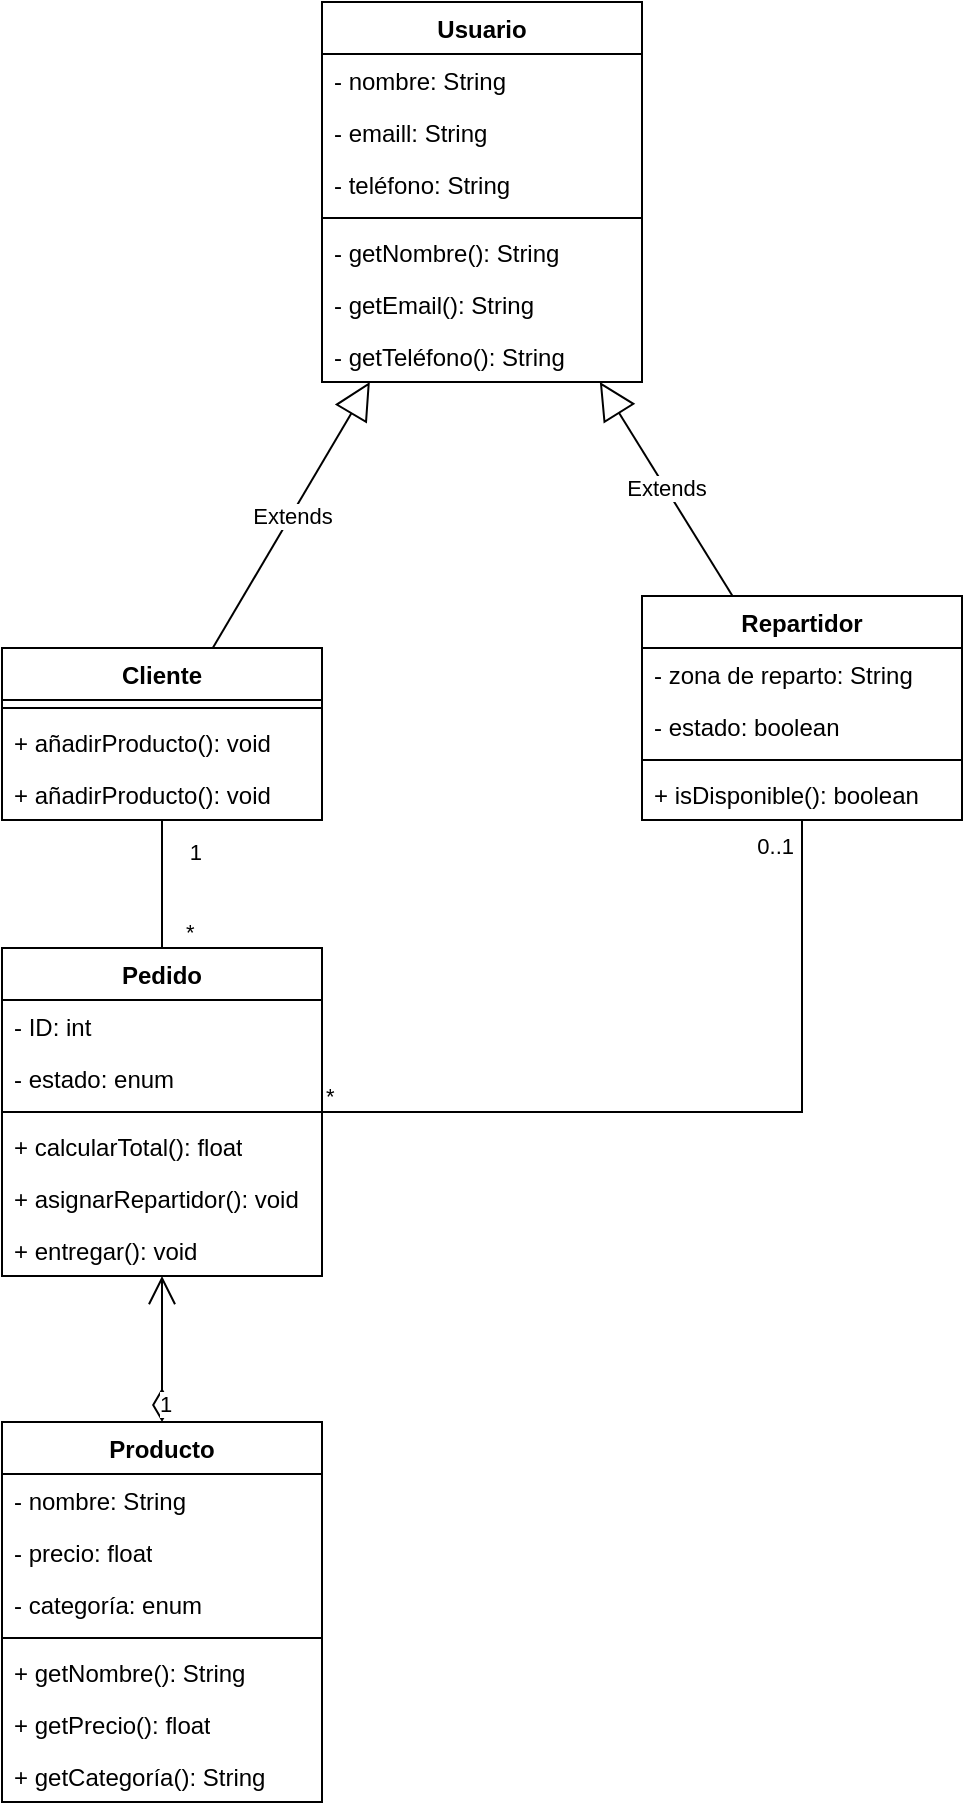
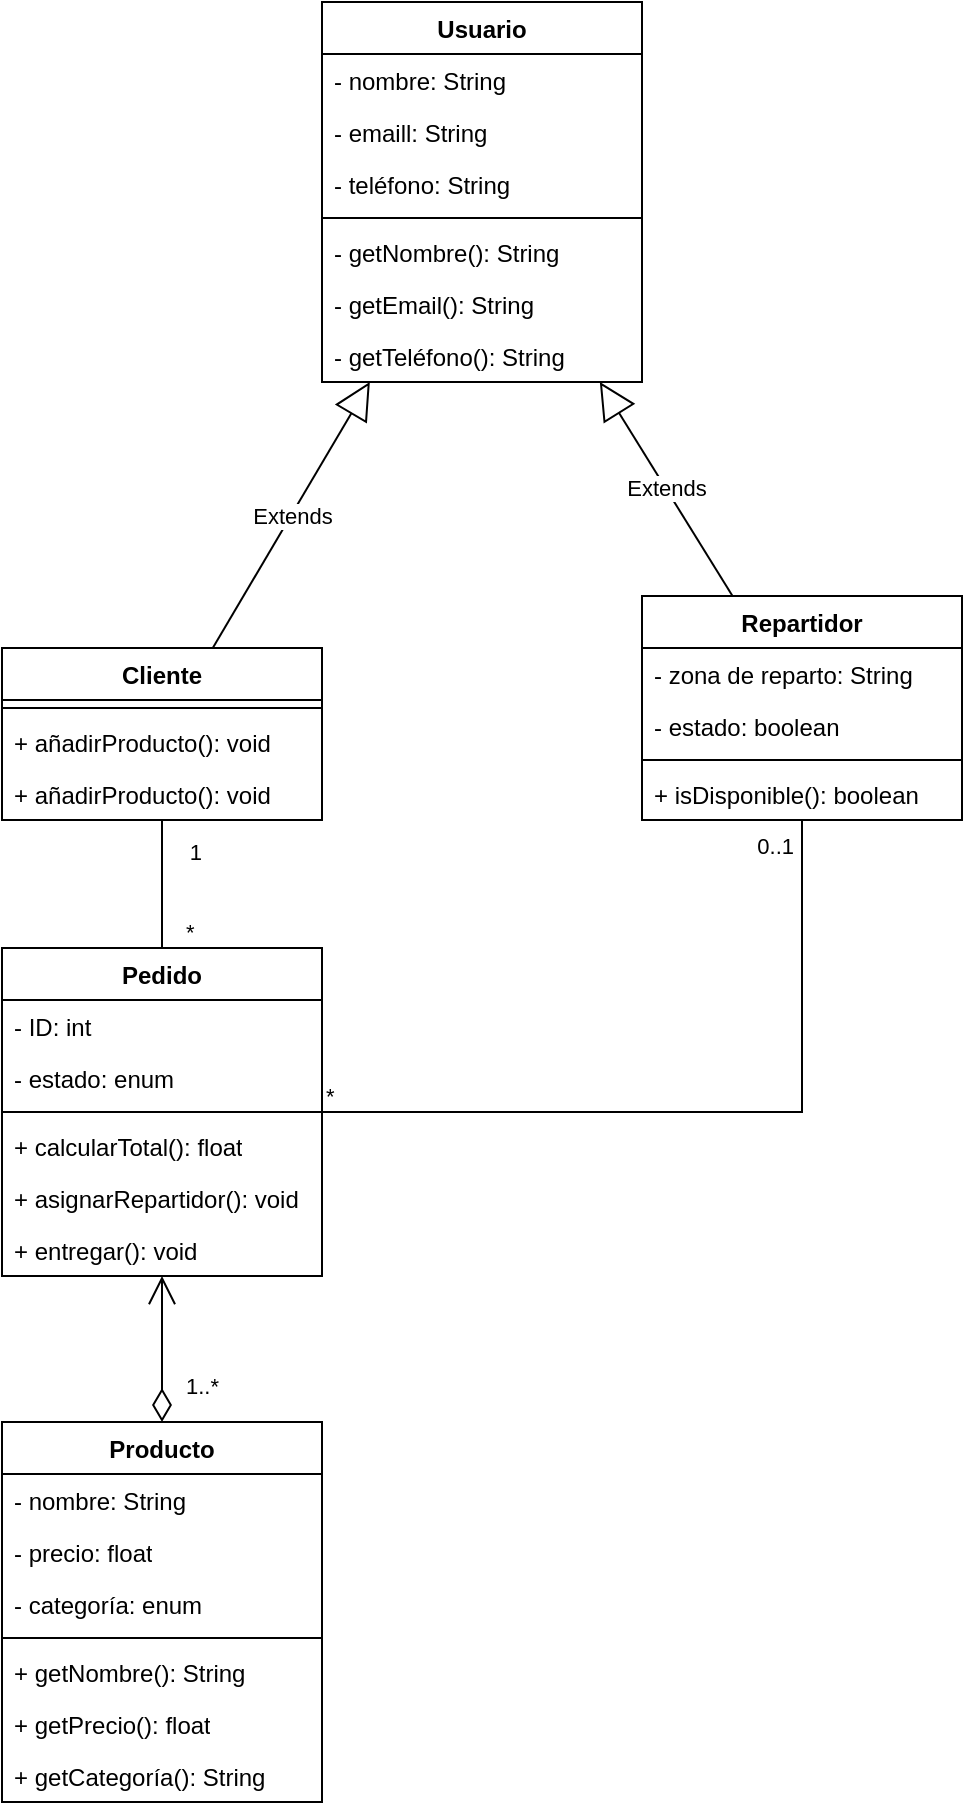
<mxfile host="app.diagrams.net">
  <diagram name="Página-1" id="2XE42wdA6MSBMxuCHJYf">
-     <mxGraphModel dx="1099" dy="600" grid="1" gridSize="10" guides="1" tooltips="1" connect="1" arrows="1" fold="1" page="1" pageScale="1" pageWidth="827" pageHeight="1169" math="0" shadow="0">
+     <mxGraphModel dx="1084" dy="600" grid="1" gridSize="10" guides="1" tooltips="1" connect="1" arrows="1" fold="1" page="1" pageScale="1" pageWidth="827" pageHeight="1169" math="0" shadow="0">
      <root>
        <mxCell id="0" />
        <mxCell id="1" parent="0" />
        <mxCell id="JbUmaWRZdpL9yCn87Y7F-5" parent="1" style="swimlane;fontStyle=1;align=center;verticalAlign=top;childLayout=stackLayout;horizontal=1;startSize=26;horizontalStack=0;resizeParent=1;resizeParentMax=0;resizeLast=0;collapsible=1;marginBottom=0;whiteSpace=wrap;html=1;" value="Usuario" vertex="1">
          <mxGeometry height="190" width="160" x="250" y="30" as="geometry" />
        </mxCell>
        <mxCell id="JbUmaWRZdpL9yCn87Y7F-6" parent="JbUmaWRZdpL9yCn87Y7F-5" style="text;strokeColor=none;fillColor=none;align=left;verticalAlign=top;spacingLeft=4;spacingRight=4;overflow=hidden;rotatable=0;points=[[0,0.5],[1,0.5]];portConstraint=eastwest;whiteSpace=wrap;html=1;" value="- nombre: String" vertex="1">
          <mxGeometry height="26" width="160" y="26" as="geometry" />
        </mxCell>
        <mxCell id="JbUmaWRZdpL9yCn87Y7F-9" parent="JbUmaWRZdpL9yCn87Y7F-5" style="text;strokeColor=none;fillColor=none;align=left;verticalAlign=top;spacingLeft=4;spacingRight=4;overflow=hidden;rotatable=0;points=[[0,0.5],[1,0.5]];portConstraint=eastwest;whiteSpace=wrap;html=1;" value="- emaill: String" vertex="1">
          <mxGeometry height="26" width="160" y="52" as="geometry" />
        </mxCell>
        <mxCell id="JbUmaWRZdpL9yCn87Y7F-10" parent="JbUmaWRZdpL9yCn87Y7F-5" style="text;strokeColor=none;fillColor=none;align=left;verticalAlign=top;spacingLeft=4;spacingRight=4;overflow=hidden;rotatable=0;points=[[0,0.5],[1,0.5]];portConstraint=eastwest;whiteSpace=wrap;html=1;" value="- teléfono: String" vertex="1">
          <mxGeometry height="26" width="160" y="78" as="geometry" />
        </mxCell>
        <mxCell id="JbUmaWRZdpL9yCn87Y7F-7" parent="JbUmaWRZdpL9yCn87Y7F-5" style="line;strokeWidth=1;fillColor=none;align=left;verticalAlign=middle;spacingTop=-1;spacingLeft=3;spacingRight=3;rotatable=0;labelPosition=right;points=[];portConstraint=eastwest;strokeColor=inherit;" value="" vertex="1">
          <mxGeometry height="8" width="160" y="104" as="geometry" />
        </mxCell>
        <mxCell id="JbUmaWRZdpL9yCn87Y7F-54" parent="JbUmaWRZdpL9yCn87Y7F-5" style="text;strokeColor=none;fillColor=none;align=left;verticalAlign=top;spacingLeft=4;spacingRight=4;overflow=hidden;rotatable=0;points=[[0,0.5],[1,0.5]];portConstraint=eastwest;whiteSpace=wrap;html=1;" value="- getNombre(): String" vertex="1">
          <mxGeometry height="26" width="160" y="112" as="geometry" />
        </mxCell>
        <mxCell id="JbUmaWRZdpL9yCn87Y7F-55" parent="JbUmaWRZdpL9yCn87Y7F-5" style="text;strokeColor=none;fillColor=none;align=left;verticalAlign=top;spacingLeft=4;spacingRight=4;overflow=hidden;rotatable=0;points=[[0,0.5],[1,0.5]];portConstraint=eastwest;whiteSpace=wrap;html=1;" value="- getEmail(): String" vertex="1">
          <mxGeometry height="26" width="160" y="138" as="geometry" />
        </mxCell>
        <mxCell id="JbUmaWRZdpL9yCn87Y7F-56" parent="JbUmaWRZdpL9yCn87Y7F-5" style="text;strokeColor=none;fillColor=none;align=left;verticalAlign=top;spacingLeft=4;spacingRight=4;overflow=hidden;rotatable=0;points=[[0,0.5],[1,0.5]];portConstraint=eastwest;whiteSpace=wrap;html=1;" value="- getTeléfono(): String" vertex="1">
          <mxGeometry height="26" width="160" y="164" as="geometry" />
        </mxCell>
        <mxCell id="JbUmaWRZdpL9yCn87Y7F-11" parent="1" style="swimlane;fontStyle=1;align=center;verticalAlign=top;childLayout=stackLayout;horizontal=1;startSize=26;horizontalStack=0;resizeParent=1;resizeParentMax=0;resizeLast=0;collapsible=1;marginBottom=0;whiteSpace=wrap;html=1;" value="Cliente" vertex="1">
          <mxGeometry height="86" width="160" x="90" y="353" as="geometry" />
        </mxCell>
        <mxCell id="JbUmaWRZdpL9yCn87Y7F-13" parent="JbUmaWRZdpL9yCn87Y7F-11" style="line;strokeWidth=1;fillColor=none;align=left;verticalAlign=middle;spacingTop=-1;spacingLeft=3;spacingRight=3;rotatable=0;labelPosition=right;points=[];portConstraint=eastwest;strokeColor=inherit;" value="" vertex="1">
          <mxGeometry height="8" width="160" y="26" as="geometry" />
        </mxCell>
        <mxCell id="JbUmaWRZdpL9yCn87Y7F-14" parent="JbUmaWRZdpL9yCn87Y7F-11" style="text;strokeColor=none;fillColor=none;align=left;verticalAlign=top;spacingLeft=4;spacingRight=4;overflow=hidden;rotatable=0;points=[[0,0.5],[1,0.5]];portConstraint=eastwest;whiteSpace=wrap;html=1;" value="+ añadirProducto(): void" vertex="1">
          <mxGeometry height="26" width="160" y="34" as="geometry" />
        </mxCell>
        <mxCell id="GLeaCdAOJHjAhLHs-Tl_-1" parent="JbUmaWRZdpL9yCn87Y7F-11" style="text;strokeColor=none;fillColor=none;align=left;verticalAlign=top;spacingLeft=4;spacingRight=4;overflow=hidden;rotatable=0;points=[[0,0.5],[1,0.5]];portConstraint=eastwest;whiteSpace=wrap;html=1;" value="+ añadirProducto(): void" vertex="1">
          <mxGeometry height="26" width="160" y="60" as="geometry" />
        </mxCell>
        <mxCell id="JbUmaWRZdpL9yCn87Y7F-17" parent="1" style="swimlane;fontStyle=1;align=center;verticalAlign=top;childLayout=stackLayout;horizontal=1;startSize=26;horizontalStack=0;resizeParent=1;resizeParentMax=0;resizeLast=0;collapsible=1;marginBottom=0;whiteSpace=wrap;html=1;" value="Pedido" vertex="1">
          <mxGeometry height="164" width="160" x="90" y="503" as="geometry" />
        </mxCell>
        <mxCell id="JbUmaWRZdpL9yCn87Y7F-18" parent="JbUmaWRZdpL9yCn87Y7F-17" style="text;strokeColor=none;fillColor=none;align=left;verticalAlign=top;spacingLeft=4;spacingRight=4;overflow=hidden;rotatable=0;points=[[0,0.5],[1,0.5]];portConstraint=eastwest;whiteSpace=wrap;html=1;" value="- ID: int" vertex="1">
          <mxGeometry height="26" width="160" y="26" as="geometry" />
        </mxCell>
        <mxCell id="JbUmaWRZdpL9yCn87Y7F-21" parent="JbUmaWRZdpL9yCn87Y7F-17" style="text;strokeColor=none;fillColor=none;align=left;verticalAlign=top;spacingLeft=4;spacingRight=4;overflow=hidden;rotatable=0;points=[[0,0.5],[1,0.5]];portConstraint=eastwest;whiteSpace=wrap;html=1;" value="- estado: enum" vertex="1">
          <mxGeometry height="26" width="160" y="52" as="geometry" />
        </mxCell>
        <mxCell id="JbUmaWRZdpL9yCn87Y7F-19" parent="JbUmaWRZdpL9yCn87Y7F-17" style="line;strokeWidth=1;fillColor=none;align=left;verticalAlign=middle;spacingTop=-1;spacingLeft=3;spacingRight=3;rotatable=0;labelPosition=right;points=[];portConstraint=eastwest;strokeColor=inherit;" value="" vertex="1">
          <mxGeometry height="8" width="160" y="78" as="geometry" />
        </mxCell>
        <mxCell id="JbUmaWRZdpL9yCn87Y7F-20" parent="JbUmaWRZdpL9yCn87Y7F-17" style="text;strokeColor=none;fillColor=none;align=left;verticalAlign=top;spacingLeft=4;spacingRight=4;overflow=hidden;rotatable=0;points=[[0,0.5],[1,0.5]];portConstraint=eastwest;whiteSpace=wrap;html=1;" value="+ calcularTotal(): float" vertex="1">
          <mxGeometry height="26" width="160" y="86" as="geometry" />
        </mxCell>
        <mxCell id="JbUmaWRZdpL9yCn87Y7F-50" parent="JbUmaWRZdpL9yCn87Y7F-17" style="text;strokeColor=none;fillColor=none;align=left;verticalAlign=top;spacingLeft=4;spacingRight=4;overflow=hidden;rotatable=0;points=[[0,0.5],[1,0.5]];portConstraint=eastwest;whiteSpace=wrap;html=1;" value="+ asignarRepartidor(): void" vertex="1">
          <mxGeometry height="26" width="160" y="112" as="geometry" />
        </mxCell>
        <mxCell id="JbUmaWRZdpL9yCn87Y7F-51" parent="JbUmaWRZdpL9yCn87Y7F-17" style="text;strokeColor=none;fillColor=none;align=left;verticalAlign=top;spacingLeft=4;spacingRight=4;overflow=hidden;rotatable=0;points=[[0,0.5],[1,0.5]];portConstraint=eastwest;whiteSpace=wrap;html=1;" value="+ entregar(): void" vertex="1">
          <mxGeometry height="26" width="160" y="138" as="geometry" />
        </mxCell>
        <mxCell id="JbUmaWRZdpL9yCn87Y7F-23" parent="1" style="swimlane;fontStyle=1;align=center;verticalAlign=top;childLayout=stackLayout;horizontal=1;startSize=26;horizontalStack=0;resizeParent=1;resizeParentMax=0;resizeLast=0;collapsible=1;marginBottom=0;whiteSpace=wrap;html=1;" value="Producto" vertex="1">
          <mxGeometry height="190" width="160" x="90" y="740" as="geometry" />
        </mxCell>
        <mxCell id="JbUmaWRZdpL9yCn87Y7F-24" parent="JbUmaWRZdpL9yCn87Y7F-23" style="text;strokeColor=none;fillColor=none;align=left;verticalAlign=top;spacingLeft=4;spacingRight=4;overflow=hidden;rotatable=0;points=[[0,0.5],[1,0.5]];portConstraint=eastwest;whiteSpace=wrap;html=1;" value="- nombre: String" vertex="1">
          <mxGeometry height="26" width="160" y="26" as="geometry" />
        </mxCell>
        <mxCell id="JbUmaWRZdpL9yCn87Y7F-48" parent="JbUmaWRZdpL9yCn87Y7F-23" style="text;strokeColor=none;fillColor=none;align=left;verticalAlign=top;spacingLeft=4;spacingRight=4;overflow=hidden;rotatable=0;points=[[0,0.5],[1,0.5]];portConstraint=eastwest;whiteSpace=wrap;html=1;" value="- precio: float" vertex="1">
          <mxGeometry height="26" width="160" y="52" as="geometry" />
        </mxCell>
        <mxCell id="JbUmaWRZdpL9yCn87Y7F-49" parent="JbUmaWRZdpL9yCn87Y7F-23" style="text;strokeColor=none;fillColor=none;align=left;verticalAlign=top;spacingLeft=4;spacingRight=4;overflow=hidden;rotatable=0;points=[[0,0.5],[1,0.5]];portConstraint=eastwest;whiteSpace=wrap;html=1;" value="- categoría: enum" vertex="1">
          <mxGeometry height="26" width="160" y="78" as="geometry" />
        </mxCell>
        <mxCell id="JbUmaWRZdpL9yCn87Y7F-25" parent="JbUmaWRZdpL9yCn87Y7F-23" style="line;strokeWidth=1;fillColor=none;align=left;verticalAlign=middle;spacingTop=-1;spacingLeft=3;spacingRight=3;rotatable=0;labelPosition=right;points=[];portConstraint=eastwest;strokeColor=inherit;" value="" vertex="1">
          <mxGeometry height="8" width="160" y="104" as="geometry" />
        </mxCell>
        <mxCell id="JbUmaWRZdpL9yCn87Y7F-26" parent="JbUmaWRZdpL9yCn87Y7F-23" style="text;strokeColor=none;fillColor=none;align=left;verticalAlign=top;spacingLeft=4;spacingRight=4;overflow=hidden;rotatable=0;points=[[0,0.5],[1,0.5]];portConstraint=eastwest;whiteSpace=wrap;html=1;" value="+ getNombre(): String" vertex="1">
          <mxGeometry height="26" width="160" y="112" as="geometry" />
        </mxCell>
        <mxCell id="JbUmaWRZdpL9yCn87Y7F-57" parent="JbUmaWRZdpL9yCn87Y7F-23" style="text;strokeColor=none;fillColor=none;align=left;verticalAlign=top;spacingLeft=4;spacingRight=4;overflow=hidden;rotatable=0;points=[[0,0.5],[1,0.5]];portConstraint=eastwest;whiteSpace=wrap;html=1;" value="+ getPrecio(): float" vertex="1">
          <mxGeometry height="26" width="160" y="138" as="geometry" />
        </mxCell>
        <mxCell id="JbUmaWRZdpL9yCn87Y7F-58" parent="JbUmaWRZdpL9yCn87Y7F-23" style="text;strokeColor=none;fillColor=none;align=left;verticalAlign=top;spacingLeft=4;spacingRight=4;overflow=hidden;rotatable=0;points=[[0,0.5],[1,0.5]];portConstraint=eastwest;whiteSpace=wrap;html=1;" value="+ getCategoría(): String" vertex="1">
          <mxGeometry height="26" width="160" y="164" as="geometry" />
        </mxCell>
        <mxCell id="JbUmaWRZdpL9yCn87Y7F-27" parent="1" style="swimlane;fontStyle=1;align=center;verticalAlign=top;childLayout=stackLayout;horizontal=1;startSize=26;horizontalStack=0;resizeParent=1;resizeParentMax=0;resizeLast=0;collapsible=1;marginBottom=0;whiteSpace=wrap;html=1;" value="Repartidor" vertex="1">
          <mxGeometry height="112" width="160" x="410" y="327" as="geometry" />
        </mxCell>
        <mxCell id="JbUmaWRZdpL9yCn87Y7F-28" parent="JbUmaWRZdpL9yCn87Y7F-27" style="text;strokeColor=none;fillColor=none;align=left;verticalAlign=top;spacingLeft=4;spacingRight=4;overflow=hidden;rotatable=0;points=[[0,0.5],[1,0.5]];portConstraint=eastwest;whiteSpace=wrap;html=1;" value="- zona de reparto: String" vertex="1">
          <mxGeometry height="26" width="160" y="26" as="geometry" />
        </mxCell>
        <mxCell id="JbUmaWRZdpL9yCn87Y7F-31" parent="JbUmaWRZdpL9yCn87Y7F-27" style="text;strokeColor=none;fillColor=none;align=left;verticalAlign=top;spacingLeft=4;spacingRight=4;overflow=hidden;rotatable=0;points=[[0,0.5],[1,0.5]];portConstraint=eastwest;whiteSpace=wrap;html=1;" value="- estado: boolean" vertex="1">
          <mxGeometry height="26" width="160" y="52" as="geometry" />
        </mxCell>
        <mxCell id="JbUmaWRZdpL9yCn87Y7F-29" parent="JbUmaWRZdpL9yCn87Y7F-27" style="line;strokeWidth=1;fillColor=none;align=left;verticalAlign=middle;spacingTop=-1;spacingLeft=3;spacingRight=3;rotatable=0;labelPosition=right;points=[];portConstraint=eastwest;strokeColor=inherit;" value="" vertex="1">
          <mxGeometry height="8" width="160" y="78" as="geometry" />
        </mxCell>
        <mxCell id="JbUmaWRZdpL9yCn87Y7F-30" parent="JbUmaWRZdpL9yCn87Y7F-27" style="text;strokeColor=none;fillColor=none;align=left;verticalAlign=top;spacingLeft=4;spacingRight=4;overflow=hidden;rotatable=0;points=[[0,0.5],[1,0.5]];portConstraint=eastwest;whiteSpace=wrap;html=1;" value="+ isDisponible(): boolean" vertex="1">
          <mxGeometry height="26" width="160" y="86" as="geometry" />
        </mxCell>
        <mxCell id="JbUmaWRZdpL9yCn87Y7F-32" edge="1" parent="1" source="JbUmaWRZdpL9yCn87Y7F-11" style="endArrow=block;endSize=16;endFill=0;html=1;rounded=0;" target="JbUmaWRZdpL9yCn87Y7F-5" value="Extends">
          <mxGeometry relative="1" width="160" as="geometry">
            <mxPoint x="290" y="470" as="sourcePoint" />
            <mxPoint x="450" y="470" as="targetPoint" />
          </mxGeometry>
        </mxCell>
        <mxCell id="JbUmaWRZdpL9yCn87Y7F-33" edge="1" parent="1" source="JbUmaWRZdpL9yCn87Y7F-27" style="endArrow=block;endSize=16;endFill=0;html=1;rounded=0;" target="JbUmaWRZdpL9yCn87Y7F-5" value="Extends">
          <mxGeometry relative="1" width="160" as="geometry">
            <mxPoint x="380" y="220" as="sourcePoint" />
            <mxPoint x="540" y="220" as="targetPoint" />
          </mxGeometry>
        </mxCell>
        <mxCell id="JbUmaWRZdpL9yCn87Y7F-38" edge="1" parent="1" source="JbUmaWRZdpL9yCn87Y7F-17" style="endArrow=none;html=1;edgeStyle=orthogonalEdgeStyle;rounded=0;" target="JbUmaWRZdpL9yCn87Y7F-11" value="">
          <mxGeometry relative="1" as="geometry">
            <mxPoint x="90" y="450" as="sourcePoint" />
            <mxPoint x="250" y="450" as="targetPoint" />
          </mxGeometry>
        </mxCell>
        <mxCell id="JbUmaWRZdpL9yCn87Y7F-39" connectable="0" parent="JbUmaWRZdpL9yCn87Y7F-38" style="edgeLabel;resizable=0;html=1;align=left;verticalAlign=bottom;" value="*" vertex="1">
          <mxGeometry relative="1" x="-1" as="geometry">
            <mxPoint x="10" as="offset" />
          </mxGeometry>
        </mxCell>
        <mxCell id="JbUmaWRZdpL9yCn87Y7F-40" connectable="0" parent="JbUmaWRZdpL9yCn87Y7F-38" style="edgeLabel;resizable=0;html=1;align=right;verticalAlign=bottom;" value="1" vertex="1">
          <mxGeometry relative="1" x="1" as="geometry">
            <mxPoint x="20" y="24" as="offset" />
          </mxGeometry>
        </mxCell>
        <mxCell id="JbUmaWRZdpL9yCn87Y7F-45" edge="1" parent="1" source="JbUmaWRZdpL9yCn87Y7F-17" style="endArrow=none;html=1;edgeStyle=orthogonalEdgeStyle;rounded=0;" target="JbUmaWRZdpL9yCn87Y7F-27" value="">
          <mxGeometry relative="1" as="geometry">
            <mxPoint x="330" y="500" as="sourcePoint" />
            <mxPoint x="490" y="500" as="targetPoint" />
          </mxGeometry>
        </mxCell>
        <mxCell id="JbUmaWRZdpL9yCn87Y7F-46" connectable="0" parent="JbUmaWRZdpL9yCn87Y7F-45" style="edgeLabel;resizable=0;html=1;align=left;verticalAlign=bottom;" value="*" vertex="1">
          <mxGeometry relative="1" x="-1" as="geometry" />
        </mxCell>
        <mxCell id="JbUmaWRZdpL9yCn87Y7F-47" connectable="0" parent="JbUmaWRZdpL9yCn87Y7F-45" style="edgeLabel;resizable=0;html=1;align=right;verticalAlign=bottom;" value="0..1" vertex="1">
          <mxGeometry relative="1" x="1" as="geometry">
            <mxPoint x="-4" y="21" as="offset" />
          </mxGeometry>
        </mxCell>
-         <mxCell id="sLmoEp37BJ7bvrg3hQKr-1" edge="1" parent="1" source="JbUmaWRZdpL9yCn87Y7F-23" style="endArrow=open;html=1;endSize=12;startArrow=diamondThin;startSize=14;startFill=0;edgeStyle=orthogonalEdgeStyle;align=left;verticalAlign=bottom;rounded=0;" target="JbUmaWRZdpL9yCn87Y7F-17" value="1">
-           <mxGeometry relative="1" x="-1" y="3" as="geometry">
+         <mxCell id="sLmoEp37BJ7bvrg3hQKr-1" edge="1" parent="1" source="JbUmaWRZdpL9yCn87Y7F-23" style="endArrow=open;html=1;endSize=12;startArrow=diamondThin;startSize=14;startFill=0;edgeStyle=orthogonalEdgeStyle;align=left;verticalAlign=bottom;rounded=0;" target="JbUmaWRZdpL9yCn87Y7F-17" value="1..*">
+           <mxGeometry relative="1" x="-0.726" y="-10" as="geometry">
+             <mxPoint y="1" as="offset" />
            <mxPoint x="120" y="690" as="sourcePoint" />
            <mxPoint x="280" y="690" as="targetPoint" />
          </mxGeometry>
        </mxCell>
      </root>
    </mxGraphModel>
  </diagram>
</mxfile>
